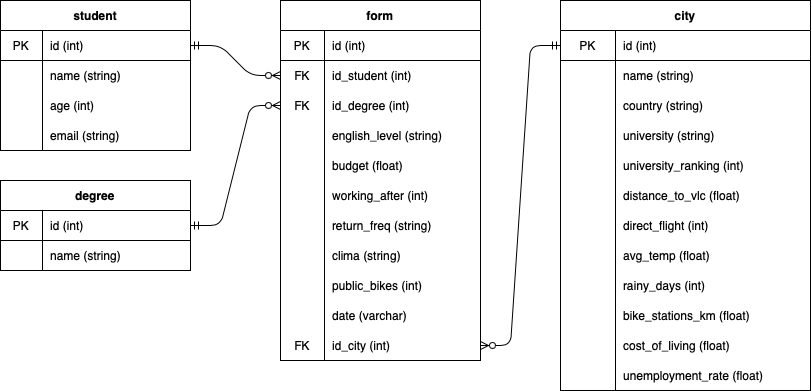
Before: images/WakeTeam_db.png, a diagram exported from draw.io (viasmo1/edem-mda-DP1-wake). Source tidied: cells renumbered, new cells last; positions are measured from the earlier drawing's top-left corner, leaving out a move shared by most shapes.
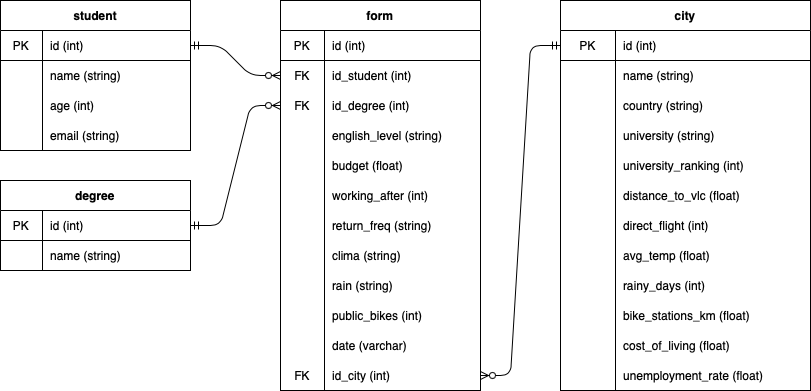
After the change.

Diff of the diagram source:
```diff
@@ -153,7 +153,7 @@
       <mxGeometry x="55" width="195" height="30" as="geometry" />
     </mxCell>
     <mxCell id="52" value="form" style="shape=table;html=1;whiteSpace=wrap;startSize=30;rowLines=0;fontStyle=1;align=center;" parent="1" vertex="1">
-      <mxGeometry x="280" width="200" height="360" as="geometry" />
+      <mxGeometry x="280" width="200" height="390" as="geometry" />
     </mxCell>
     <mxCell id="53" style="shape=partialRectangle;html=1;whiteSpace=wrap;fillColor=none;top=0;left=0;bottom=1;right=0;" parent="52" vertex="1">
       <mxGeometry y="30" width="200" height="30" as="geometry" />
@@ -227,8 +227,17 @@
     <mxCell id="76" value="clima (string)" style="shape=partialRectangle;html=1;whiteSpace=wrap;fillColor=none;top=0;left=0;bottom=0;right=0;align=left;spacingLeft=6;overflow=hidden;" parent="74" vertex="1">
       <mxGeometry x="44" width="156" height="30" as="geometry" />
     </mxCell>
+    <mxCell id="96" style="shape=partialRectangle;html=1;whiteSpace=wrap;fillColor=none;top=0;left=0;bottom=0;right=0;" parent="52" vertex="1">
+      <mxGeometry y="270" width="200" height="30" as="geometry" />
+    </mxCell>
+    <mxCell id="97" style="shape=partialRectangle;html=1;whiteSpace=wrap;fillColor=none;top=0;left=0;bottom=0;right=0;overflow=hidden;" parent="96" vertex="1">
+      <mxGeometry width="44" height="30" as="geometry" />
+    </mxCell>
+    <mxCell id="98" value="rain (string)" style="shape=partialRectangle;html=1;whiteSpace=wrap;fillColor=none;top=0;left=0;bottom=0;right=0;align=left;spacingLeft=6;overflow=hidden;" parent="96" vertex="1">
+      <mxGeometry x="44" width="156" height="30" as="geometry" />
+    </mxCell>
     <mxCell id="77" style="shape=partialRectangle;html=1;whiteSpace=wrap;fillColor=none;top=0;left=0;bottom=0;right=0;" parent="52" vertex="1">
-      <mxGeometry y="270" width="200" height="30" as="geometry" />
+      <mxGeometry y="300" width="200" height="30" as="geometry" />
     </mxCell>
     <mxCell id="78" style="shape=partialRectangle;html=1;whiteSpace=wrap;fillColor=none;top=0;left=0;bottom=0;right=0;overflow=hidden;" parent="77" vertex="1">
       <mxGeometry width="44" height="30" as="geometry" />
@@ -237,7 +246,7 @@
       <mxGeometry x="44" width="156" height="30" as="geometry" />
     </mxCell>
     <mxCell id="80" style="shape=partialRectangle;html=1;whiteSpace=wrap;fillColor=none;top=0;left=0;bottom=0;right=0;" parent="52" vertex="1">
-      <mxGeometry y="300" width="200" height="30" as="geometry" />
+      <mxGeometry y="330" width="200" height="30" as="geometry" />
     </mxCell>
     <mxCell id="81" style="shape=partialRectangle;html=1;whiteSpace=wrap;fillColor=none;top=0;left=0;bottom=0;right=0;overflow=hidden;" parent="80" vertex="1">
       <mxGeometry width="44" height="30" as="geometry" />
@@ -246,7 +255,7 @@
       <mxGeometry x="44" width="156" height="30" as="geometry" />
     </mxCell>
     <mxCell id="83" style="shape=partialRectangle;html=1;whiteSpace=wrap;fillColor=none;top=0;left=0;bottom=0;right=0;points=[[0,0.5],[1,0.5]];portConstraint=eastwest;" parent="52" vertex="1">
-      <mxGeometry y="330" width="200" height="30" as="geometry" />
+      <mxGeometry y="360" width="200" height="30" as="geometry" />
     </mxCell>
     <mxCell id="84" value="FK" style="shape=partialRectangle;html=1;whiteSpace=wrap;fillColor=none;top=0;left=0;bottom=0;right=0;overflow=hidden;" parent="83" vertex="1">
       <mxGeometry width="44" height="30" as="geometry" />
```
